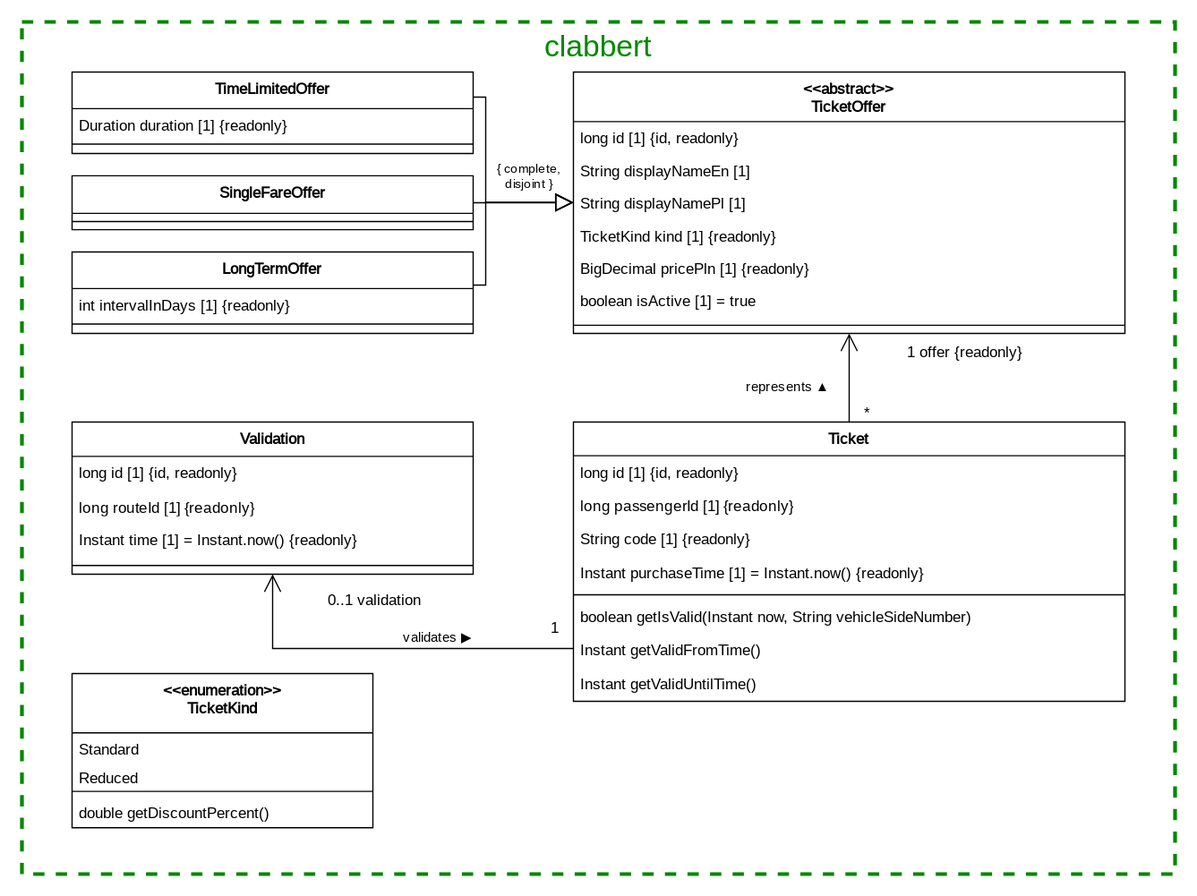
Before: documentation/course/e2/images/class-diagram-clabbert.drawio.svg, a diagram exported from draw.io (PWR-ACS-SE-24/SoftwareSystemDesign). Source tidied: cells renumbered, new cells last; positions are measured from the earlier drawing's top-left corner, leaving out a move shared by most shapes.
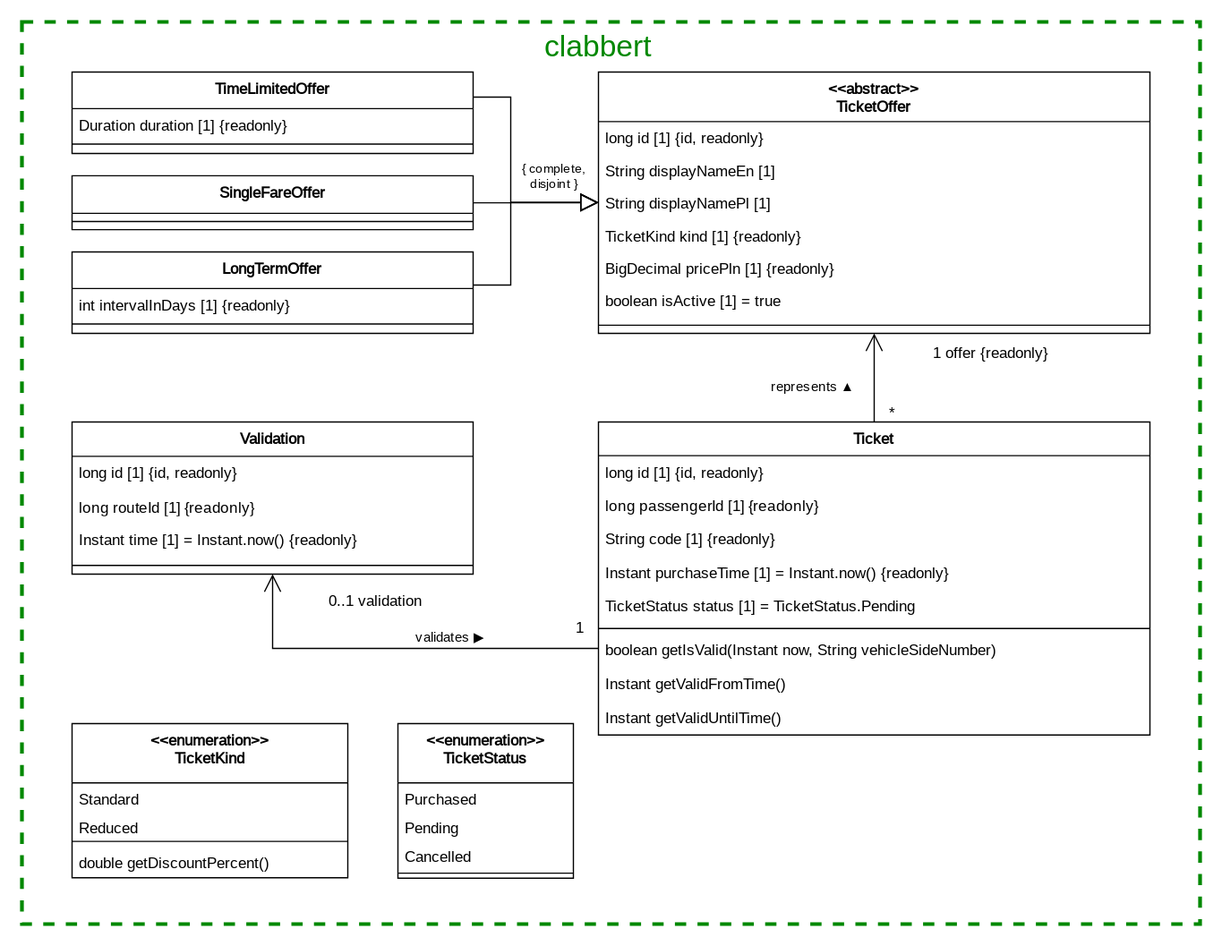
The same file after the commit.

Commit message:
add status to Ticket

The edit, as a diff of the source:
```diff
@@ -3,13 +3,13 @@
     <mxCell id="0" />
     <mxCell id="1" parent="0" />
     <mxCell id="2" style="rounded=0;whiteSpace=wrap;html=1;dashed=1;strokeWidth=3;fillColor=none;strokeColor=#008800;" parent="1" vertex="1">
-      <mxGeometry width="920" height="680" as="geometry" />
+      <mxGeometry width="940" height="720" as="geometry" />
     </mxCell>
     <mxCell id="3" style="edgeStyle=orthogonalEdgeStyle;rounded=0;jettySize=auto;html=1;endArrow=block;endFill=0;endSize=12;" parent="1" edge="1" source="4" target="23">
       <mxGeometry relative="1" as="geometry">
         <Array as="points">
-          <mxPoint x="370" y="210" />
-          <mxPoint x="370" y="144" />
+          <mxPoint x="390" y="210" />
+          <mxPoint x="390" y="144" />
         </Array>
       </mxGeometry>
     </mxCell>
@@ -37,7 +37,7 @@
       <mxGeometry y="30" width="320" height="13" as="geometry" />
     </mxCell>
     <mxCell id="10" value="Ticket" style="swimlane;fontStyle=1;align=center;verticalAlign=top;horizontal=1;startSize=26.857142857142858;fontFamily=JetBrains Mono;fontSource=https%3A%2F%2Ffonts.googleapis.com%2Fcss%3Ffamily%3DJetBrains%2BMono;" parent="1" vertex="1">
-      <mxGeometry x="440" y="319.3" width="440" height="222.9" as="geometry" />
+      <mxGeometry x="460" y="319.3" width="440" height="249.9" as="geometry" />
     </mxCell>
     <mxCell id="11" value="long id [1] {id, readonly}" style="text;strokeColor=none;fillColor=none;align=left;verticalAlign=top;spacingLeft=4;spacingRight=4;overflow=hidden;fontFamily=JetBrains Mono;fontStyle=0;fontSource=https%3A%2F%2Ffonts.googleapis.com%2Fcss%3Ffamily%3DJetBrains%2BMono;" parent="10" vertex="1">
       <mxGeometry y="26.9" width="440" height="27" as="geometry" />
@@ -48,26 +48,29 @@
     <mxCell id="13" value="String code [1] {readonly}" style="text;strokeColor=none;fillColor=none;align=left;verticalAlign=top;spacingLeft=4;spacingRight=4;overflow=hidden;fontFamily=JetBrains Mono;fontStyle=0;fontSource=https%3A%2F%2Ffonts.googleapis.com%2Fcss%3Ffamily%3DJetBrains%2BMono;" parent="10" vertex="1">
       <mxGeometry y="79.9" width="440" height="27" as="geometry" />
     </mxCell>
+    <mxCell id="51" value="Instant purchaseTime [1] = Instant.now() {readonly}" style="text;strokeColor=none;fillColor=none;align=left;verticalAlign=top;spacingLeft=4;spacingRight=4;overflow=hidden;fontFamily=JetBrains Mono;fontStyle=0;fontSource=https%3A%2F%2Ffonts.googleapis.com%2Fcss%3Ffamily%3DJetBrains%2BMono;" parent="10" vertex="1">
+      <mxGeometry y="106.9" width="440" height="27" as="geometry" />
+    </mxCell>
-    <mxCell id="14" value="Instant purchaseTime [1] = Instant.now() {readonly}" style="text;strokeColor=none;fillColor=none;align=left;verticalAlign=top;spacingLeft=4;spacingRight=4;overflow=hidden;fontFamily=JetBrains Mono;fontStyle=0;fontSource=https%3A%2F%2Ffonts.googleapis.com%2Fcss%3Ffamily%3DJetBrains%2BMono;" parent="10" vertex="1">
-      <mxGeometry y="106.9" width="440" height="27" as="geometry" />
+    <mxCell id="14" value="TicketStatus status [1] = TicketStatus.Pending" style="text;strokeColor=none;fillColor=none;align=left;verticalAlign=top;spacingLeft=4;spacingRight=4;overflow=hidden;fontFamily=JetBrains Mono;fontStyle=0;fontSource=https%3A%2F%2Ffonts.googleapis.com%2Fcss%3Ffamily%3DJetBrains%2BMono;" parent="10" vertex="1">
+      <mxGeometry y="133.9" width="440" height="27" as="geometry" />
     </mxCell>
     <mxCell id="15" style="line;strokeWidth=1;fillColor=none;align=left;verticalAlign=middle;spacingTop=-1;spacingLeft=3;spacingRight=3;labelPosition=right;strokeColor=inherit;fontFamily=JetBrains Mono;fontStyle=0;fontSource=https%3A%2F%2Ffonts.googleapis.com%2Fcss%3Ffamily%3DJetBrains%2BMono;" parent="10" vertex="1">
-      <mxGeometry y="133.9" width="440" height="8" as="geometry" />
+      <mxGeometry y="160.9" width="440" height="8" as="geometry" />
     </mxCell>
     <mxCell id="16" value="boolean getIsValid(Instant now, String vehicleSideNumber)" style="text;strokeColor=none;fillColor=none;align=left;verticalAlign=top;spacingLeft=4;spacingRight=4;overflow=hidden;fontFamily=JetBrains Mono;fontStyle=0;fontSource=https%3A%2F%2Ffonts.googleapis.com%2Fcss%3Ffamily%3DJetBrains%2BMono;" parent="10" vertex="1">
-      <mxGeometry y="141.9" width="440" height="27" as="geometry" />
+      <mxGeometry y="168.9" width="440" height="27" as="geometry" />
     </mxCell>
     <mxCell id="17" value="Instant getValidFromTime()" style="text;strokeColor=none;fillColor=none;align=left;verticalAlign=top;spacingLeft=4;spacingRight=4;overflow=hidden;fontFamily=JetBrains Mono;fontStyle=0;fontSource=https%3A%2F%2Ffonts.googleapis.com%2Fcss%3Ffamily%3DJetBrains%2BMono;" parent="10" vertex="1">
-      <mxGeometry y="168.9" width="440" height="27" as="geometry" />
+      <mxGeometry y="195.9" width="440" height="27" as="geometry" />
     </mxCell>
     <mxCell id="18" value="Instant getValidUntilTime()" style="text;strokeColor=none;fillColor=none;align=left;verticalAlign=top;spacingLeft=4;spacingRight=4;overflow=hidden;fontFamily=JetBrains Mono;fontStyle=0;fontSource=https%3A%2F%2Ffonts.googleapis.com%2Fcss%3Ffamily%3DJetBrains%2BMono;" parent="10" vertex="1">
-      <mxGeometry y="195.9" width="440" height="27" as="geometry" />
+      <mxGeometry y="222.9" width="440" height="27" as="geometry" />
     </mxCell>
     <mxCell id="19" style="edgeStyle=orthogonalEdgeStyle;rounded=0;jettySize=auto;html=1;endArrow=block;endFill=0;endSize=12;" parent="1" edge="1" source="20" target="23">
       <mxGeometry relative="1" as="geometry">
         <Array as="points">
-          <mxPoint x="370" y="60" />
-          <mxPoint x="370" y="144" />
+          <mxPoint x="390" y="60" />
+          <mxPoint x="390" y="144" />
         </Array>
       </mxGeometry>
     </mxCell>
@@ -81,7 +84,7 @@
       <mxGeometry y="50" width="320" height="15" as="geometry" />
     </mxCell>
     <mxCell id="23" value="&lt;&lt;abstract&gt;&gt;&#10;TicketOffer" style="swimlane;fontStyle=1;align=center;verticalAlign=top;horizontal=1;startSize=39.5625;fontFamily=JetBrains Mono;fontSource=https%3A%2F%2Ffonts.googleapis.com%2Fcss%3Ffamily%3DJetBrains%2BMono;" parent="1" vertex="1">
-      <mxGeometry x="440" y="40" width="440" height="208.6" as="geometry" />
+      <mxGeometry x="460" y="40" width="440" height="208.6" as="geometry" />
     </mxCell>
     <mxCell id="24" value="long id [1] {id, readonly}" style="text;strokeColor=none;fillColor=none;align=left;verticalAlign=top;spacingLeft=4;spacingRight=4;overflow=hidden;fontFamily=JetBrains Mono;fontStyle=0;fontSource=https%3A%2F%2Ffonts.googleapis.com%2Fcss%3Ffamily%3DJetBrains%2BMono;" parent="23" vertex="1">
       <mxGeometry y="39.6" width="440" height="26" as="geometry" />
@@ -122,8 +125,8 @@
     <mxCell id="36" style="startArrow=none;endArrow=open;endSize=12;rounded=0;edgeStyle=orthogonalEdgeStyle;fontFamily=JetBrains Mono;fontStyle=0;fontSource=https%3A%2F%2Ffonts.googleapis.com%2Fcss%3Ffamily%3DJetBrains%2BMono;" parent="1" edge="1" source="10" target="23">
       <mxGeometry relative="1" as="geometry">
         <Array as="points">
-          <mxPoint x="660" y="290" />
-          <mxPoint x="660" y="290" />
+          <mxPoint x="680" y="290" />
+          <mxPoint x="680" y="290" />
         </Array>
       </mxGeometry>
     </mxCell>
@@ -166,25 +169,40 @@
       </mxGeometry>
     </mxCell>
     <mxCell id="44" value="&lt;&lt;enumeration&gt;&gt;&#10;TicketKind" style="swimlane;fontStyle=1;align=center;verticalAlign=top;horizontal=1;startSize=47.333333333333336;fontFamily=JetBrains Mono;fontSource=https%3A%2F%2Ffonts.googleapis.com%2Fcss%3Ffamily%3DJetBrains%2BMono;" parent="1" vertex="1">
-      <mxGeometry x="40" y="520" width="240" height="123" as="geometry" />
+      <mxGeometry x="40" y="560" width="220" height="123" as="geometry" />
     </mxCell>
     <mxCell id="45" value="Standard" style="text;strokeColor=none;fillColor=none;align=left;verticalAlign=top;spacingLeft=4;spacingRight=4;overflow=hidden;fontFamily=JetBrains Mono;fontStyle=0;fontSource=https%3A%2F%2Ffonts.googleapis.com%2Fcss%3Ffamily%3DJetBrains%2BMono;" parent="44" vertex="1">
-      <mxGeometry y="47.3" width="240" height="22.7" as="geometry" />
+      <mxGeometry y="47.3" width="220" height="22.7" as="geometry" />
     </mxCell>
     <mxCell id="46" value="Reduced" style="text;strokeColor=none;fillColor=none;align=left;verticalAlign=top;spacingLeft=4;spacingRight=4;overflow=hidden;fontFamily=JetBrains Mono;fontStyle=0;fontSource=https%3A%2F%2Ffonts.googleapis.com%2Fcss%3Ffamily%3DJetBrains%2BMono;" parent="44" vertex="1">
-      <mxGeometry y="70" width="240" height="20" as="geometry" />
+      <mxGeometry y="70" width="220" height="20" as="geometry" />
     </mxCell>
     <mxCell id="47" style="line;strokeWidth=1;fillColor=none;align=left;verticalAlign=middle;spacingTop=-1;spacingLeft=3;spacingRight=3;labelPosition=right;strokeColor=inherit;fontFamily=JetBrains Mono;fontStyle=0;fontSource=https%3A%2F%2Ffonts.googleapis.com%2Fcss%3Ffamily%3DJetBrains%2BMono;" parent="44" vertex="1">
-      <mxGeometry y="90" width="240" height="8" as="geometry" />
+      <mxGeometry y="90" width="220" height="8" as="geometry" />
     </mxCell>
     <mxCell id="48" value="double getDiscountPercent()" style="text;strokeColor=none;fillColor=none;align=left;verticalAlign=top;spacingLeft=4;spacingRight=4;overflow=hidden;fontFamily=JetBrains Mono;fontStyle=0;fontSource=https%3A%2F%2Ffonts.googleapis.com%2Fcss%3Ffamily%3DJetBrains%2BMono;" parent="44" vertex="1">
-      <mxGeometry y="98" width="240" height="25" as="geometry" />
+      <mxGeometry y="98" width="220" height="25" as="geometry" />
     </mxCell>
     <mxCell id="49" value="&lt;font color=&quot;#008800&quot;&gt;clabbert&lt;/font&gt;" style="text;html=1;align=center;verticalAlign=middle;whiteSpace=wrap;rounded=0;fillColor=none;strokeColor=none;fontColor=#009900;fontSize=24;" parent="1" vertex="1">
       <mxGeometry width="920" height="40" as="geometry" />
     </mxCell>
     <mxCell id="50" value="&lt;font face=&quot;JetBrains Mono&quot;&gt;{ complete,&lt;/font&gt;&lt;div&gt;&lt;font face=&quot;JetBrains Mono&quot;&gt;disjoint }&lt;/font&gt;&lt;/div&gt;" style="text;html=1;align=center;verticalAlign=middle;whiteSpace=wrap;rounded=0;fontSize=10;" parent="1" vertex="1">
-      <mxGeometry x="370" y="105" width="70" height="35" as="geometry" />
+      <mxGeometry x="390" y="105" width="70" height="35" as="geometry" />
     </mxCell>
+    <mxCell id="52" value="&lt;&lt;enumeration&gt;&gt;&#10;TicketStatus" style="swimlane;fontStyle=1;align=center;verticalAlign=top;horizontal=1;startSize=47.333333333333336;fontFamily=JetBrains Mono;fontSource=https%3A%2F%2Ffonts.googleapis.com%2Fcss%3Ffamily%3DJetBrains%2BMono;" parent="1" vertex="1">
+      <mxGeometry x="300" y="560" width="140" height="123.3" as="geometry" />
+    </mxCell>
+    <mxCell id="53" value="Purchased" style="text;strokeColor=none;fillColor=none;align=left;verticalAlign=top;spacingLeft=4;spacingRight=4;overflow=hidden;fontFamily=JetBrains Mono;fontStyle=0;fontSource=https%3A%2F%2Ffonts.googleapis.com%2Fcss%3Ffamily%3DJetBrains%2BMono;" parent="52" vertex="1">
+      <mxGeometry y="47.3" width="140" height="22.7" as="geometry" />
+    </mxCell>
+    <mxCell id="54" value="Pending" style="text;strokeColor=none;fillColor=none;align=left;verticalAlign=top;spacingLeft=4;spacingRight=4;overflow=hidden;fontFamily=JetBrains Mono;fontStyle=0;fontSource=https%3A%2F%2Ffonts.googleapis.com%2Fcss%3Ffamily%3DJetBrains%2BMono;" parent="52" vertex="1">
+      <mxGeometry y="70" width="140" height="22.7" as="geometry" />
+    </mxCell>
+    <mxCell id="55" value="Cancelled" style="text;strokeColor=none;fillColor=none;align=left;verticalAlign=top;spacingLeft=4;spacingRight=4;overflow=hidden;fontFamily=JetBrains Mono;fontStyle=0;fontSource=https%3A%2F%2Ffonts.googleapis.com%2Fcss%3Ffamily%3DJetBrains%2BMono;" parent="52" vertex="1">
+      <mxGeometry y="92.7" width="140" height="22.7" as="geometry" />
+    </mxCell>
+    <mxCell id="56" style="line;strokeWidth=1;fillColor=none;align=left;verticalAlign=middle;spacingTop=-1;spacingLeft=3;spacingRight=3;labelPosition=right;strokeColor=inherit;fontFamily=JetBrains Mono;fontStyle=0;fontSource=https%3A%2F%2Ffonts.googleapis.com%2Fcss%3Ffamily%3DJetBrains%2BMono;" parent="52" vertex="1">
+      <mxGeometry y="115.3" width="140" height="8" as="geometry" />
+    </mxCell>
   </root>
 </mxGraphModel>
```
